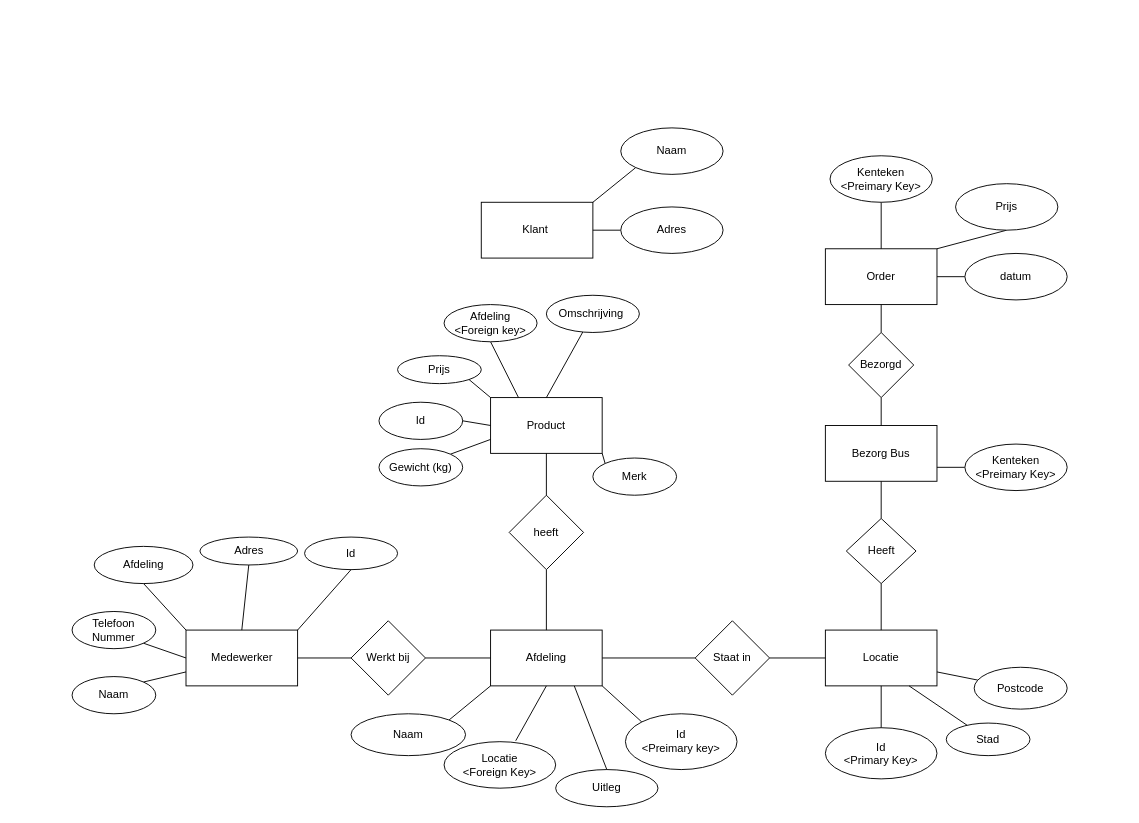
Before: src/Iprodamo_werkstuk.drawio in wardalbam/Iprwc-webshop-frontend, a draw.io diagram. Source tidied: cells renumbered, new cells numbered last; positions are measured from the earlier drawing's top-left corner, leaving out a move shared by most shapes. Both pictures are drawn from the tidied source at 93%, with x=0, y=0 at pixel (72, 127).
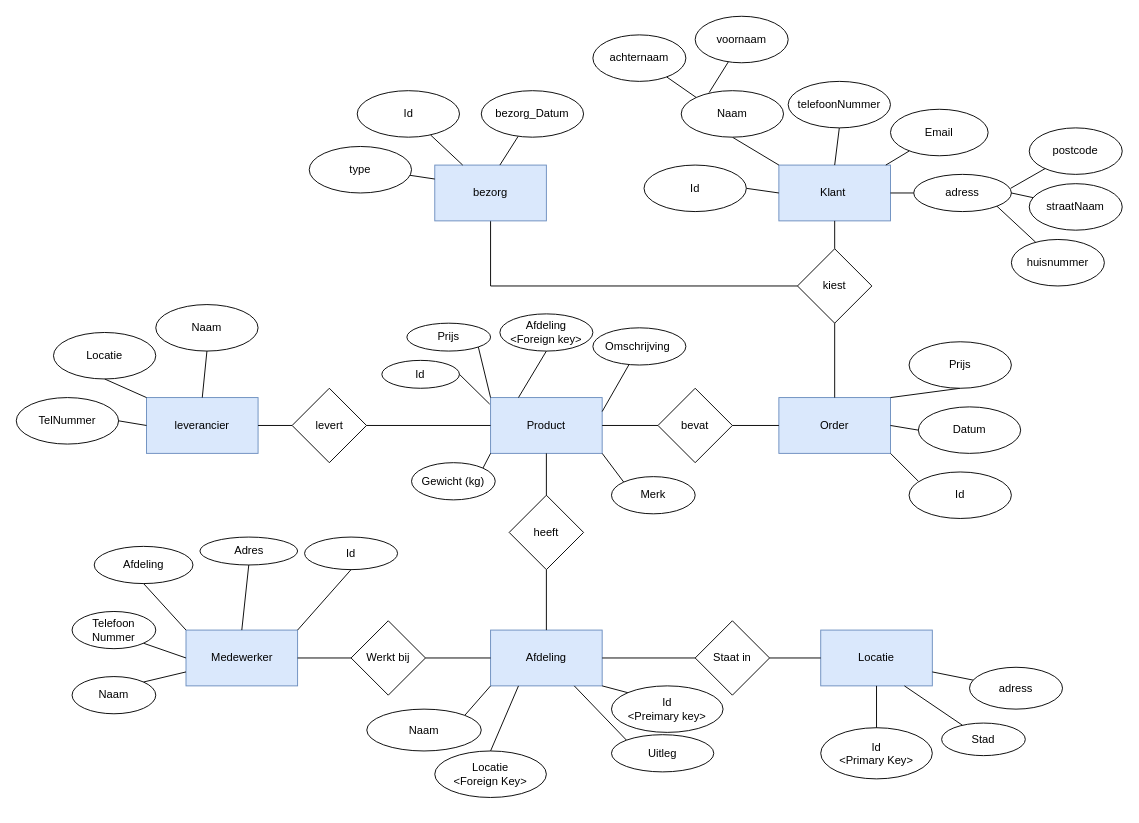
The same diagram, later.

The edit, as a diff of the source:
```diff
@@
-    <mxCell id="2" value="Product" style="rounded=0;whiteSpace=wrap;html=1;" parent="1" vertex="1">
+    <mxCell id="2" value="Product" style="rounded=0;whiteSpace=wrap;html=1;fillColor=#dae8fc;strokeColor=#6c8ebf;" parent="1" vertex="1">
       <mxGeometry x="450" y="290" width="120" height="60" as="geometry" />
     </mxCell>
-    <mxCell id="3" value="Bezorg Bus" style="rounded=0;whiteSpace=wrap;html=1;" parent="1" vertex="1">
-      <mxGeometry x="810" y="320" width="120" height="60" as="geometry" />
-    </mxCell>
-    <mxCell id="4" value="Klant&amp;nbsp;" style="rounded=0;whiteSpace=wrap;html=1;" parent="1" vertex="1">
-      <mxGeometry x="440" y="80" width="120" height="60" as="geometry" />
+    <mxCell id="4" value="Klant&amp;nbsp;" style="rounded=0;whiteSpace=wrap;html=1;fillColor=#dae8fc;strokeColor=#6c8ebf;" parent="1" vertex="1">
+      <mxGeometry x="760" y="40" width="120" height="60" as="geometry" />
     </mxCell>
-    <mxCell id="5" value="Order" style="rounded=0;whiteSpace=wrap;html=1;" parent="1" vertex="1">
-      <mxGeometry x="810" y="130" width="120" height="60" as="geometry" />
+    <mxCell id="5" value="Order" style="rounded=0;whiteSpace=wrap;html=1;fillColor=#dae8fc;strokeColor=#6c8ebf;" parent="1" vertex="1">
+      <mxGeometry x="760" y="290" width="120" height="60" as="geometry" />
     </mxCell>
-    <mxCell id="6" value="Medewerker" style="rounded=0;whiteSpace=wrap;html=1;" parent="1" vertex="1">
+    <mxCell id="6" value="Medewerker" style="rounded=0;whiteSpace=wrap;html=1;fillColor=#dae8fc;strokeColor=#6c8ebf;" parent="1" vertex="1">
       <mxGeometry x="122.5" y="540" width="120" height="60" as="geometry" />
     </mxCell>
-    <mxCell id="7" value="Locatie" style="rounded=0;whiteSpace=wrap;html=1;" parent="1" vertex="1">
-      <mxGeometry x="810" y="540" width="120" height="60" as="geometry" />
+    <mxCell id="7" value="Locatie" style="rounded=0;whiteSpace=wrap;html=1;fillColor=#dae8fc;strokeColor=#6c8ebf;" parent="1" vertex="1">
+      <mxGeometry x="805" y="540" width="120" height="60" as="geometry" />
     </mxCell>
-    <mxCell id="8" value="Afdeling" style="rounded=0;whiteSpace=wrap;html=1;" parent="1" vertex="1">
+    <mxCell id="8" value="Afdeling" style="rounded=0;whiteSpace=wrap;html=1;fillColor=#dae8fc;strokeColor=#6c8ebf;" parent="1" vertex="1">
       <mxGeometry x="450" y="540" width="120" height="60" as="geometry" />
     </mxCell>
@@
     <mxCell id="14" value="Uitleg" style="ellipse;whiteSpace=wrap;html=1;rounded=0;" parent="1" vertex="1">
-      <mxGeometry x="520" y="690" width="110" height="40" as="geometry" />
+      <mxGeometry x="580" y="652.5" width="110" height="40" as="geometry" />
     </mxCell>
     <mxCell id="15" value="Naam" style="ellipse;whiteSpace=wrap;html=1;rounded=0;" parent="1" vertex="1">
-      <mxGeometry x="300" y="630" width="123.1" height="45" as="geometry" />
+      <mxGeometry x="316.9" y="625" width="123.1" height="45" as="geometry" />
     </mxCell>
     <mxCell id="16" value="Id&lt;br&gt;&amp;lt;Preimary key&amp;gt;" style="ellipse;whiteSpace=wrap;html=1;rounded=0;" parent="1" vertex="1">
-      <mxGeometry x="595" y="630" width="120" height="60" as="geometry" />
+      <mxGeometry x="580" y="600" width="120" height="50" as="geometry" />
     </mxCell>
     <mxCell id="17" value="Locatie&lt;br&gt;&amp;lt;Foreign Key&amp;gt;" style="ellipse;whiteSpace=wrap;html=1;" parent="1" vertex="1">
-      <mxGeometry x="400" y="660" width="120" height="50" as="geometry" />
+      <mxGeometry x="390" y="670" width="120" height="50" as="geometry" />
     </mxCell>
@@
-    <mxCell id="26" style="endArrow=none;html=1;rounded=0;entryX=0.5;entryY=0;entryDx=0;entryDy=0;exitX=0.75;exitY=1;exitDx=0;exitDy=0;" parent="1" edge="1" source="8" target="14">
+    <mxCell id="26" style="endArrow=none;html=1;rounded=0;entryX=0;entryY=0;entryDx=0;entryDy=0;exitX=0.75;exitY=1;exitDx=0;exitDy=0;" parent="1" edge="1" source="8" target="14">
       <mxGeometry relative="1" as="geometry" />
     </mxCell>
-    <mxCell id="27" style="endArrow=none;html=1;rounded=0;entryX=0.5;entryY=1;entryDx=0;entryDy=0;exitX=0.642;exitY=-0.02;exitDx=0;exitDy=0;exitPerimeter=0;" parent="1" edge="1" source="17" target="8">
+    <mxCell id="27" style="endArrow=none;html=1;rounded=0;entryX=0.25;entryY=1;entryDx=0;entryDy=0;exitX=0.5;exitY=0;exitDx=0;exitDy=0;" parent="1" edge="1" source="17" target="8">
       <mxGeometry relative="1" as="geometry" />
     </mxCell>
@@
     <mxCell id="30" value="Id&lt;br&gt;&amp;lt;Primary Key&amp;gt;" style="ellipse;whiteSpace=wrap;html=1;rounded=0;" parent="1" vertex="1">
-      <mxGeometry x="810" y="645" width="120" height="55" as="geometry" />
+      <mxGeometry x="805" y="645" width="120" height="55" as="geometry" />
     </mxCell>
@@
-    <mxCell id="34" style="endArrow=none;html=1;rounded=0;exitX=1;exitY=0.5;exitDx=0;exitDy=0;startArrow=none;entryX=1;entryY=0.5;entryDx=0;entryDy=0;" parent="1" edge="1" source="36" target="36">
-      <mxGeometry relative="1" as="geometry" />
+    <mxCell id="34" style="endArrow=none;html=1;rounded=0;exitX=1;exitY=0.5;exitDx=0;exitDy=0;startArrow=none;entryX=1;entryY=0.5;entryDx=0;entryDy=0;" parent="1" edge="1">
+      <mxGeometry relative="1" as="geometry">
+        <mxPoint x="917.5" y="445" as="sourcePoint" />
+        <mxPoint x="917.5" y="445" as="targetPoint" />
+      </mxGeometry>
     </mxCell>
-    <mxCell id="35" style="endArrow=none;html=1;rounded=0;entryX=0.5;entryY=1;entryDx=0;entryDy=0;exitX=0.5;exitY=0;exitDx=0;exitDy=0;" parent="1" edge="1" source="36" target="3">
-      <mxGeometry relative="1" as="geometry" />
-    </mxCell>
-    <mxCell id="36" value="Heeft" style="rhombus;whiteSpace=wrap;html=1;" parent="1" vertex="1">
-      <mxGeometry x="832.5" y="420" width="75" height="70" as="geometry" />
-    </mxCell>
-    <mxCell id="37" style="endArrow=none;html=1;rounded=0;exitX=0.5;exitY=0;exitDx=0;exitDy=0;entryX=0.5;entryY=1;entryDx=0;entryDy=0;" parent="1" edge="1" source="7" target="36">
-      <mxGeometry relative="1" as="geometry" />
-    </mxCell>
@@
     <mxCell id="40" value="Stad" style="ellipse;whiteSpace=wrap;html=1;" parent="1" vertex="1">
-      <mxGeometry x="940" y="640" width="90" height="35" as="geometry" />
+      <mxGeometry x="935" y="640" width="90" height="35" as="geometry" />
     </mxCell>
@@
-    <mxCell id="42" value="Postcode" style="ellipse;whiteSpace=wrap;html=1;" parent="1" vertex="1">
-      <mxGeometry x="970" y="580" width="100" height="45" as="geometry" />
+    <mxCell id="42" value="adress" style="ellipse;whiteSpace=wrap;html=1;" parent="1" vertex="1">
+      <mxGeometry x="965" y="580" width="100" height="45" as="geometry" />
     </mxCell>
     <mxCell id="43" value="Id" style="ellipse;whiteSpace=wrap;html=1;rounded=0;" parent="1" vertex="1">
-      <mxGeometry x="330" y="295" width="90" height="40" as="geometry" />
+      <mxGeometry x="333.1" y="250" width="83.4" height="30" as="geometry" />
     </mxCell>
-    <mxCell id="44" style="endArrow=none;html=1;rounded=0;exitX=1;exitY=0.5;exitDx=0;exitDy=0;entryX=0;entryY=0.5;entryDx=0;entryDy=0;" parent="1" edge="1" source="43" target="2">
+    <mxCell id="44" style="endArrow=none;html=1;rounded=0;exitX=1;exitY=0.5;exitDx=0;exitDy=0;entryX=-0.008;entryY=0.117;entryDx=0;entryDy=0;entryPerimeter=0;" parent="1" edge="1" source="43" target="2">
       <mxGeometry relative="1" as="geometry" />
     </mxCell>
     <mxCell id="45" value="Prijs" style="ellipse;whiteSpace=wrap;html=1;rounded=0;" parent="1" vertex="1">
-      <mxGeometry x="350" y="245" width="90" height="30" as="geometry" />
+      <mxGeometry x="360" y="210" width="90" height="30" as="geometry" />
     </mxCell>
@@
     <mxCell id="48" value="Afdeling&lt;br&gt;&amp;lt;Foreign key&amp;gt;" style="ellipse;whiteSpace=wrap;html=1;" parent="1" vertex="1">
-      <mxGeometry x="400" y="190" width="100" height="40" as="geometry" />
+      <mxGeometry x="460" y="200" width="100" height="40" as="geometry" />
     </mxCell>
-    <mxCell id="49" style="endArrow=none;html=1;rounded=0;entryX=0;entryY=0.75;entryDx=0;entryDy=0;exitX=1;exitY=0;exitDx=0;exitDy=0;" parent="1" edge="1" source="50" target="2">
+    <mxCell id="49" style="endArrow=none;html=1;rounded=0;entryX=0;entryY=1;entryDx=0;entryDy=0;exitX=1;exitY=0;exitDx=0;exitDy=0;" parent="1" edge="1" source="50" target="2">
       <mxGeometry relative="1" as="geometry" />
     </mxCell>
     <mxCell id="50" value="Gewicht (kg)" style="ellipse;whiteSpace=wrap;html=1;" parent="1" vertex="1">
-      <mxGeometry x="330" y="345" width="90" height="40" as="geometry" />
+      <mxGeometry x="365" y="360" width="90" height="40" as="geometry" />
     </mxCell>
@@
     <mxCell id="53" value="Merk" style="ellipse;whiteSpace=wrap;html=1;" parent="1" vertex="1">
-      <mxGeometry x="560" y="355" width="90" height="40" as="geometry" />
+      <mxGeometry x="580" y="375" width="90" height="40" as="geometry" />
     </mxCell>
-    <mxCell id="54" style="endArrow=none;html=1;rounded=0;entryX=1;entryY=0.75;entryDx=0;entryDy=0;exitX=0;exitY=0.5;exitDx=0;exitDy=0;" parent="1" edge="1" source="55" target="3">
-      <mxGeometry relative="1" as="geometry" />
-    </mxCell>
-    <mxCell id="55" value="Kenteken&lt;br&gt;&amp;lt;Preimary Key&amp;gt;" style="ellipse;whiteSpace=wrap;html=1;" parent="1" vertex="1">
-      <mxGeometry x="960" y="340" width="110" height="50" as="geometry" />
-    </mxCell>
-    <mxCell id="56" style="endArrow=none;html=1;rounded=0;exitX=0.5;exitY=0;exitDx=0;exitDy=0;" parent="1" edge="1" source="3" target="57">
-      <mxGeometry relative="1" as="geometry" />
-    </mxCell>
-    <mxCell id="57" value="Bezorgd" style="rhombus;whiteSpace=wrap;html=1;" parent="1" vertex="1">
-      <mxGeometry x="835" y="220" width="70" height="70" as="geometry" />
-    </mxCell>
-    <mxCell id="58" style="endArrow=none;html=1;rounded=0;entryX=0.5;entryY=1;entryDx=0;entryDy=0;exitX=0.5;exitY=0;exitDx=0;exitDy=0;" parent="1" edge="1" source="57" target="5">
-      <mxGeometry relative="1" as="geometry" />
-    </mxCell>
@@
-    <mxCell id="61" style="endArrow=none;html=1;rounded=0;exitX=0.5;exitY=0;exitDx=0;exitDy=0;" parent="1" edge="1" source="2" target="62">
+    <mxCell id="61" style="endArrow=none;html=1;rounded=0;exitX=1;exitY=0.25;exitDx=0;exitDy=0;" parent="1" edge="1" source="2" target="62">
       <mxGeometry relative="1" as="geometry" />
     </mxCell>
     <mxCell id="62" value="Omschrijving&amp;nbsp;" style="ellipse;whiteSpace=wrap;html=1;" parent="1" vertex="1">
-      <mxGeometry x="510" y="180" width="100" height="40" as="geometry" />
+      <mxGeometry x="560" y="215" width="100" height="40" as="geometry" />
     </mxCell>
     <mxCell id="63" style="endArrow=none;html=1;rounded=0;entryX=1;entryY=0.75;entryDx=0;entryDy=0;exitX=0;exitY=0.5;exitDx=0;exitDy=0;" parent="1" edge="1" source="64">
       <mxGeometry relative="1" as="geometry">
-        <mxPoint x="930" y="160" as="targetPoint" />
+        <mxPoint x="880" y="320" as="targetPoint" />
       </mxGeometry>
     </mxCell>
-    <mxCell id="64" value="datum" style="ellipse;whiteSpace=wrap;html=1;" parent="1" vertex="1">
-      <mxGeometry x="960" y="135" width="110" height="50" as="geometry" />
+    <mxCell id="64" value="Datum" style="ellipse;whiteSpace=wrap;html=1;" parent="1" vertex="1">
+      <mxGeometry x="910" y="300" width="110" height="50" as="geometry" />
     </mxCell>
@@
     <mxCell id="66" value="Prijs" style="ellipse;whiteSpace=wrap;html=1;" parent="1" vertex="1">
-      <mxGeometry x="950" y="60" width="110" height="50" as="geometry" />
+      <mxGeometry x="900" y="230" width="110" height="50" as="geometry" />
     </mxCell>
-    <mxCell id="67" style="endArrow=none;html=1;rounded=0;entryX=0.5;entryY=0;entryDx=0;entryDy=0;exitX=0.5;exitY=1;exitDx=0;exitDy=0;" parent="1" edge="1" source="68" target="5">
-      <mxGeometry relative="1" as="geometry" />
-    </mxCell>
-    <mxCell id="68" value="Kenteken&lt;br&gt;&amp;lt;Preimary Key&amp;gt;" style="ellipse;whiteSpace=wrap;html=1;" parent="1" vertex="1">
-      <mxGeometry x="815" y="30" width="110" height="50" as="geometry" />
-    </mxCell>
-    <mxCell id="69" style="endArrow=none;html=1;rounded=0;entryX=1;entryY=0.75;entryDx=0;entryDy=0;exitX=0;exitY=0.5;exitDx=0;exitDy=0;" parent="1" edge="1" source="70">
-      <mxGeometry relative="1" as="geometry">
-        <mxPoint x="560" y="110" as="targetPoint" />
-      </mxGeometry>
+    <mxCell id="69" style="endArrow=none;html=1;rounded=0;entryX=0.5;entryY=0;entryDx=0;entryDy=0;exitX=0.5;exitY=1;exitDx=0;exitDy=0;" parent="1" edge="1" source="70" target="4">
+      <mxGeometry relative="1" as="geometry" />
     </mxCell>
-    <mxCell id="70" value="Adres" style="ellipse;whiteSpace=wrap;html=1;" parent="1" vertex="1">
-      <mxGeometry x="590" y="85" width="110" height="50" as="geometry" />
+    <mxCell id="70" value="telefoonNummer" style="ellipse;whiteSpace=wrap;html=1;" parent="1" vertex="1">
+      <mxGeometry x="770" y="-50" width="110" height="50" as="geometry" />
     </mxCell>
-    <mxCell id="71" style="endArrow=none;html=1;rounded=0;entryX=1;entryY=0;entryDx=0;entryDy=0;exitX=0;exitY=1;exitDx=0;exitDy=0;" parent="1" edge="1" source="72" target="4">
+    <mxCell id="71" style="endArrow=none;html=1;rounded=0;entryX=0;entryY=0;entryDx=0;entryDy=0;exitX=0.5;exitY=1;exitDx=0;exitDy=0;" parent="1" edge="1" source="72" target="4">
       <mxGeometry relative="1" as="geometry" />
     </mxCell>
     <mxCell id="72" value="Naam" style="ellipse;whiteSpace=wrap;html=1;" parent="1" vertex="1">
-      <mxGeometry x="590" width="110" height="50" as="geometry" />
+      <mxGeometry x="655" y="-40" width="110" height="50" as="geometry" />
     </mxCell>
+    <mxCell id="73" style="endArrow=none;html=1;rounded=0;entryX=0;entryY=0.5;entryDx=0;entryDy=0;exitX=1;exitY=0.5;exitDx=0;exitDy=0;" parent="1" edge="1" source="74" target="4">
+      <mxGeometry relative="1" as="geometry" />
+    </mxCell>
+    <mxCell id="74" value="Id" style="ellipse;whiteSpace=wrap;html=1;" parent="1" vertex="1">
+      <mxGeometry x="615" y="40" width="110" height="50" as="geometry" />
+    </mxCell>
+    <mxCell id="75" value="leverancier" style="rounded=0;whiteSpace=wrap;html=1;fillColor=#dae8fc;strokeColor=#6c8ebf;" parent="1" vertex="1">
+      <mxGeometry x="80" y="290" width="120" height="60" as="geometry" />
+    </mxCell>
+    <mxCell id="76" value="Naam" style="ellipse;whiteSpace=wrap;html=1;rounded=0;" parent="1" vertex="1">
+      <mxGeometry x="90" y="190" width="110" height="50" as="geometry" />
+    </mxCell>
+    <mxCell id="77" style="endArrow=none;html=1;rounded=0;entryX=0.5;entryY=1;entryDx=0;entryDy=0;exitX=0.5;exitY=0;exitDx=0;exitDy=0;" parent="1" edge="1" target="76">
+      <mxGeometry relative="1" as="geometry">
+        <mxPoint x="140" y="290" as="sourcePoint" />
+      </mxGeometry>
+    </mxCell>
+    <mxCell id="78" value="Locatie" style="ellipse;whiteSpace=wrap;html=1;rounded=0;" parent="1" vertex="1">
+      <mxGeometry x="-20" y="220" width="110" height="50" as="geometry" />
+    </mxCell>
+    <mxCell id="79" style="endArrow=none;html=1;rounded=0;entryX=0.5;entryY=1;entryDx=0;entryDy=0;exitX=0.5;exitY=0;exitDx=0;exitDy=0;" parent="1" edge="1" target="78">
+      <mxGeometry relative="1" as="geometry">
+        <mxPoint x="80" y="290" as="sourcePoint" />
+      </mxGeometry>
+    </mxCell>
+    <mxCell id="80" value="TelNummer" style="ellipse;whiteSpace=wrap;html=1;rounded=0;" parent="1" vertex="1">
+      <mxGeometry x="-60" y="290" width="110" height="50" as="geometry" />
+    </mxCell>
+    <mxCell id="81" style="endArrow=none;html=1;rounded=0;entryX=1;entryY=0.5;entryDx=0;entryDy=0;exitX=0;exitY=0.5;exitDx=0;exitDy=0;" parent="1" edge="1" source="75" target="80">
+      <mxGeometry relative="1" as="geometry" />
+    </mxCell>
+    <mxCell id="82" value="levert" style="rhombus;whiteSpace=wrap;html=1;rounded=0;" parent="1" vertex="1">
+      <mxGeometry x="236.6" y="280" width="80" height="80" as="geometry" />
+    </mxCell>
+    <mxCell id="83" style="endArrow=none;html=1;rounded=0;exitX=1;exitY=0.5;exitDx=0;exitDy=0;" parent="1" edge="1" source="75" target="82">
+      <mxGeometry relative="1" as="geometry" />
+    </mxCell>
+    <mxCell id="84" style="endArrow=none;html=1;rounded=0;exitX=1;exitY=0.5;exitDx=0;exitDy=0;entryX=0;entryY=0.5;entryDx=0;entryDy=0;" parent="1" edge="1" source="82" target="2">
+      <mxGeometry relative="1" as="geometry" />
+    </mxCell>
+    <mxCell id="85" value="bevat" style="rhombus;whiteSpace=wrap;html=1;rounded=0;" parent="1" vertex="1">
+      <mxGeometry x="630" y="280" width="80" height="80" as="geometry" />
+    </mxCell>
+    <mxCell id="86" style="endArrow=none;html=1;rounded=0;exitX=1;exitY=0.5;exitDx=0;exitDy=0;" parent="1" edge="1" target="85">
+      <mxGeometry relative="1" as="geometry">
+        <mxPoint x="570" y="320" as="sourcePoint" />
+      </mxGeometry>
+    </mxCell>
+    <mxCell id="87" style="endArrow=none;html=1;rounded=0;entryX=0;entryY=0.5;entryDx=0;entryDy=0;exitX=1;exitY=0.5;exitDx=0;exitDy=0;" parent="1" edge="1" source="85" target="5">
+      <mxGeometry relative="1" as="geometry" />
+    </mxCell>
+    <mxCell id="88" style="endArrow=none;html=1;rounded=0;exitX=0.5;exitY=0;exitDx=0;exitDy=0;entryX=0.5;entryY=1;entryDx=0;entryDy=0;" parent="1" edge="1" source="89" target="4">
+      <mxGeometry relative="1" as="geometry" />
+    </mxCell>
+    <mxCell id="89" value="kiest" style="rhombus;whiteSpace=wrap;html=1;" parent="1" vertex="1">
+      <mxGeometry x="780" y="130" width="80" height="80" as="geometry" />
+    </mxCell>
+    <mxCell id="90" style="endArrow=none;html=1;rounded=0;exitX=0.5;exitY=0;exitDx=0;exitDy=0;entryX=0.5;entryY=1;entryDx=0;entryDy=0;" parent="1" edge="1" source="5" target="89">
+      <mxGeometry relative="1" as="geometry" />
+    </mxCell>
+    <mxCell id="91" style="endArrow=none;html=1;rounded=0;entryX=1;entryY=1;entryDx=0;entryDy=0;" parent="1" edge="1" target="5">
+      <mxGeometry relative="1" as="geometry">
+        <mxPoint x="910" y="380" as="sourcePoint" />
+      </mxGeometry>
+    </mxCell>
+    <mxCell id="92" value="Id" style="ellipse;whiteSpace=wrap;html=1;" parent="1" vertex="1">
+      <mxGeometry x="900" y="370" width="110" height="50" as="geometry" />
+    </mxCell>
+    <mxCell id="93" style="endArrow=none;html=1;rounded=0;" parent="1" edge="1" target="94">
+      <mxGeometry relative="1" as="geometry">
+        <mxPoint x="875" y="40" as="sourcePoint" />
+      </mxGeometry>
+    </mxCell>
+    <mxCell id="94" value="Email" style="ellipse;whiteSpace=wrap;html=1;" parent="1" vertex="1">
+      <mxGeometry x="880" y="-20" width="105" height="50" as="geometry" />
+    </mxCell>
+    <mxCell id="95" style="endArrow=none;html=1;rounded=0;entryX=0;entryY=0.5;entryDx=0;entryDy=0;exitX=1;exitY=0.5;exitDx=0;exitDy=0;" parent="1" edge="1" source="4" target="96">
+      <mxGeometry relative="1" as="geometry" />
+    </mxCell>
+    <mxCell id="96" value="adress" style="ellipse;whiteSpace=wrap;html=1;" parent="1" vertex="1">
+      <mxGeometry x="905" y="50" width="105" height="40" as="geometry" />
+    </mxCell>
+    <mxCell id="97" style="endArrow=none;html=1;rounded=0;entryX=0;entryY=0.5;entryDx=0;entryDy=0;" parent="1" edge="1" target="89">
+      <mxGeometry relative="1" as="geometry">
+        <mxPoint x="450" y="60" as="sourcePoint" />
+        <Array as="points">
+          <mxPoint x="450" y="170" />
+        </Array>
+      </mxGeometry>
+    </mxCell>
+    <mxCell id="98" value="bezorg" style="rounded=0;whiteSpace=wrap;html=1;fillColor=#dae8fc;strokeColor=#6c8ebf;" parent="1" vertex="1">
+      <mxGeometry x="390" y="40" width="120" height="60" as="geometry" />
+    </mxCell>
+    <mxCell id="99" style="endArrow=none;html=1;rounded=0;" parent="1" edge="1" target="100">
+      <mxGeometry relative="1" as="geometry">
+        <mxPoint x="460" y="40" as="sourcePoint" />
+      </mxGeometry>
+    </mxCell>
+    <mxCell id="100" value="bezorg_Datum" style="ellipse;whiteSpace=wrap;html=1;" parent="1" vertex="1">
+      <mxGeometry x="440" y="-40" width="110" height="50" as="geometry" />
+    </mxCell>
+    <mxCell id="101" style="endArrow=none;html=1;rounded=0;exitX=0.25;exitY=0;exitDx=0;exitDy=0;" parent="1" edge="1" source="98" target="102">
+      <mxGeometry relative="1" as="geometry" />
+    </mxCell>
+    <mxCell id="102" value="Id" style="ellipse;whiteSpace=wrap;html=1;" parent="1" vertex="1">
+      <mxGeometry x="306.6" y="-40" width="110" height="50" as="geometry" />
+    </mxCell>
+    <mxCell id="103" style="endArrow=none;html=1;rounded=0;exitX=0;exitY=0.25;exitDx=0;exitDy=0;" parent="1" edge="1" source="98" target="104">
+      <mxGeometry relative="1" as="geometry" />
+    </mxCell>
+    <mxCell id="104" value="type" style="ellipse;whiteSpace=wrap;html=1;" parent="1" vertex="1">
+      <mxGeometry x="255" y="20" width="110" height="50" as="geometry" />
+    </mxCell>
+    <mxCell id="105" style="endArrow=none;html=1;rounded=0;" parent="1" edge="1" target="106">
+      <mxGeometry relative="1" as="geometry">
+        <mxPoint x="1009.2" y="65" as="sourcePoint" />
+      </mxGeometry>
+    </mxCell>
+    <mxCell id="106" value="postcode" style="ellipse;whiteSpace=wrap;html=1;" parent="1" vertex="1">
+      <mxGeometry x="1029.2" width="100" height="50" as="geometry" />
+    </mxCell>
+    <mxCell id="107" style="endArrow=none;html=1;rounded=0;exitX=1;exitY=0.5;exitDx=0;exitDy=0;" parent="1" edge="1" source="96" target="108">
+      <mxGeometry relative="1" as="geometry" />
+    </mxCell>
+    <mxCell id="108" value="straatNaam" style="ellipse;whiteSpace=wrap;html=1;" parent="1" vertex="1">
+      <mxGeometry x="1029.2" y="60" width="100" height="50" as="geometry" />
+    </mxCell>
+    <mxCell id="109" style="endArrow=none;html=1;rounded=0;exitX=1;exitY=1;exitDx=0;exitDy=0;" parent="1" edge="1" source="96" target="110">
+      <mxGeometry relative="1" as="geometry" />
+    </mxCell>
+    <mxCell id="110" value="huisnummer" style="ellipse;whiteSpace=wrap;html=1;" parent="1" vertex="1">
+      <mxGeometry x="1010" y="120" width="100" height="50" as="geometry" />
+    </mxCell>
+    <mxCell id="111" style="endArrow=none;html=1;rounded=0;exitX=0.273;exitY=0.04;exitDx=0;exitDy=0;exitPerimeter=0;" parent="1" edge="1" source="72" target="112">
+      <mxGeometry relative="1" as="geometry" />
+    </mxCell>
+    <mxCell id="112" value="voornaam" style="ellipse;whiteSpace=wrap;html=1;" parent="1" vertex="1">
+      <mxGeometry x="670" y="-120" width="100" height="50" as="geometry" />
+    </mxCell>
+    <mxCell id="113" style="endArrow=none;html=1;rounded=0;exitX=0;exitY=0;exitDx=0;exitDy=0;" parent="1" edge="1" source="72" target="114">
+      <mxGeometry relative="1" as="geometry" />
+    </mxCell>
+    <mxCell id="114" value="achternaam" style="ellipse;whiteSpace=wrap;html=1;" parent="1" vertex="1">
+      <mxGeometry x="560" y="-100" width="100" height="50" as="geometry" />
+    </mxCell>
```
